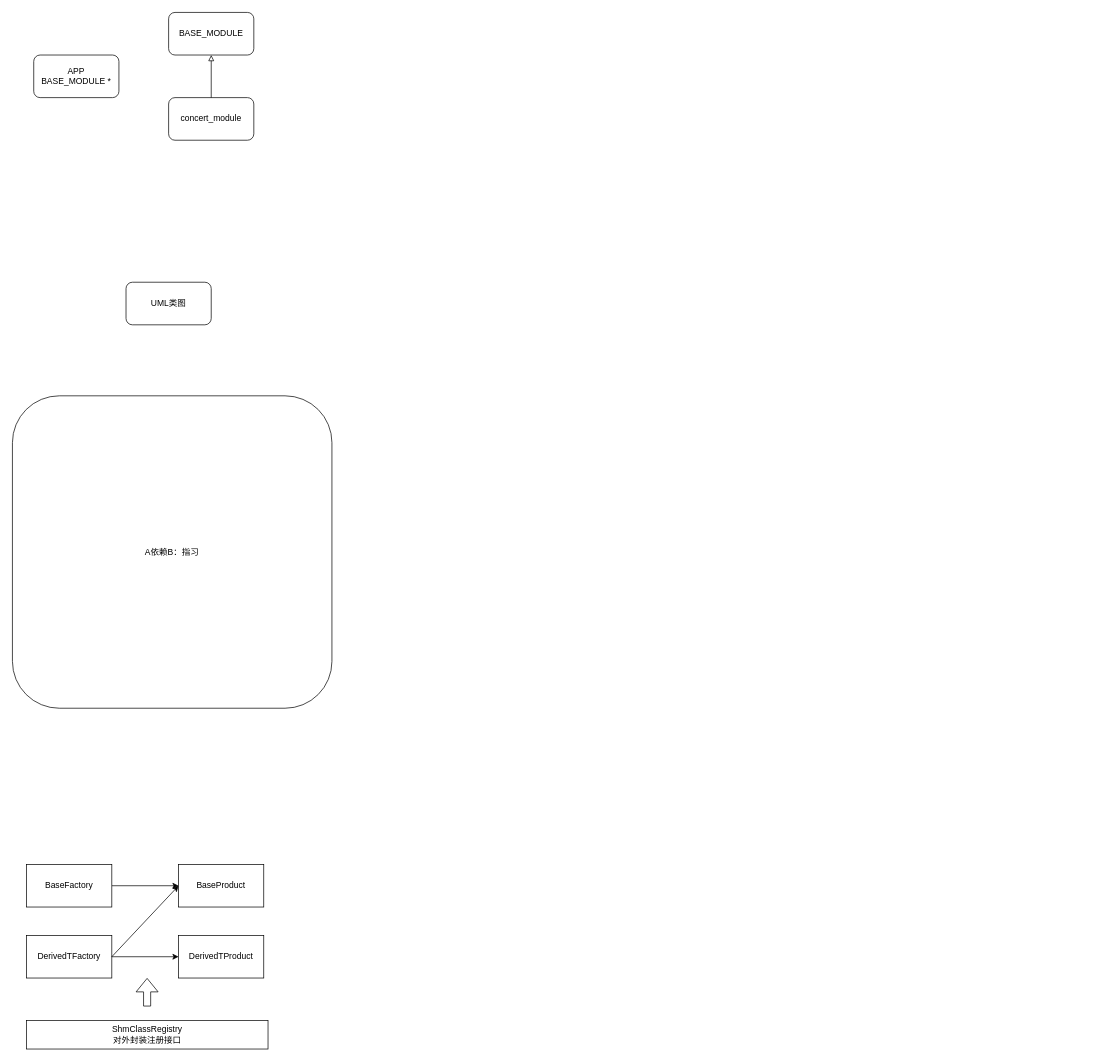
Earlier version of the draw.io diagram 设计模式.drawio (junpfeng/UE). Source tidied: cells renumbered, new cells numbered last; positions are measured from the earlier drawing's top-left corner, leaving out a move shared by most shapes. Both pictures are drawn from the tidied source at 71%, with x=0, y=0 at pixel (12, 12).
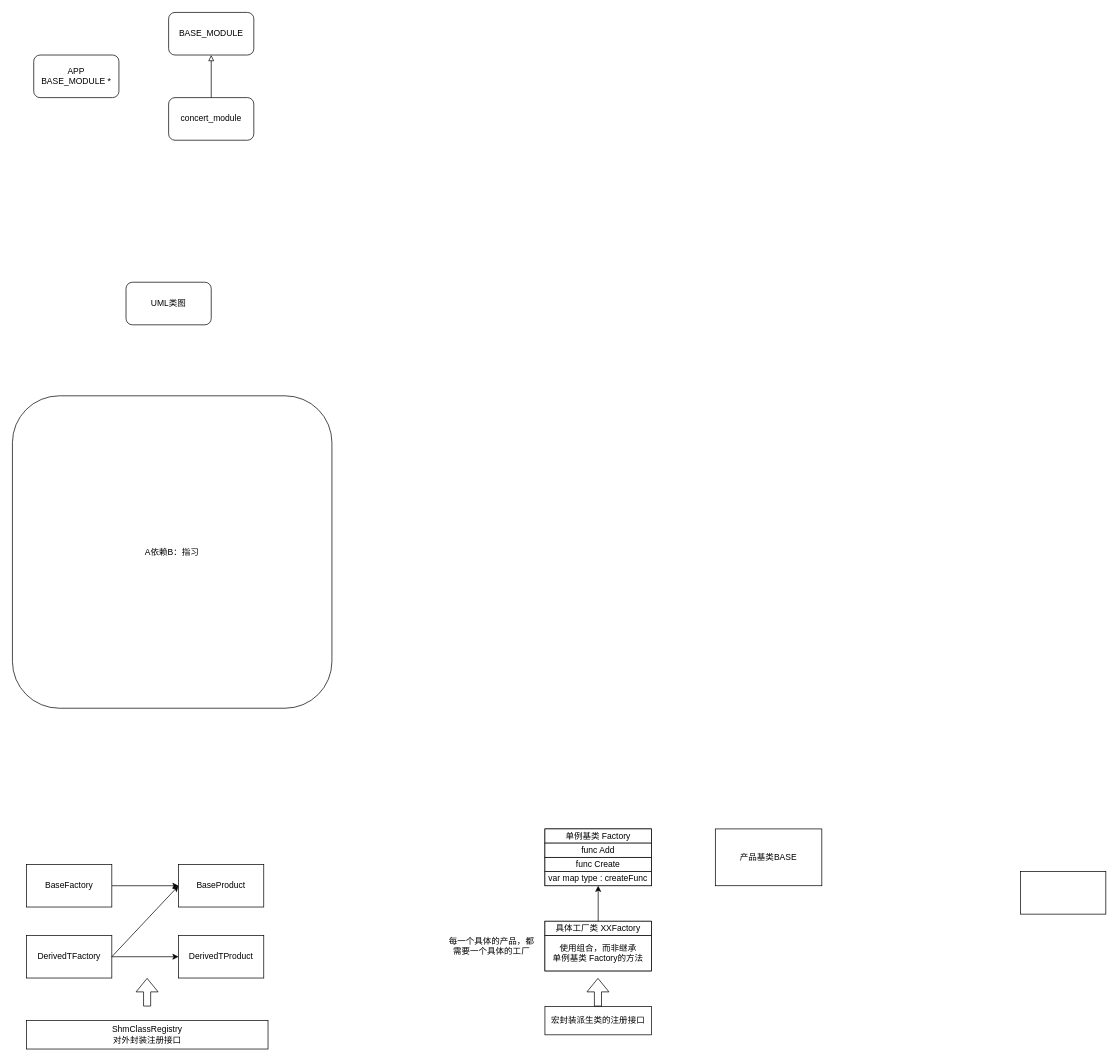
Above is the later version.

Commit message:
更新设计模式.drawio

What changed in the source:
```diff
@@
+    <mxCell id="17" value="&lt;div&gt;&lt;br&gt;&lt;/div&gt;" style="rounded=0;whiteSpace=wrap;html=1;" parent="1" vertex="1">
+      <mxGeometry x="750" y="1150" width="150" height="80" as="geometry" />
+    </mxCell>
+    <mxCell id="18" value="var map type : createFunc" style="rounded=0;whiteSpace=wrap;html=1;" parent="1" vertex="1">
+      <mxGeometry x="750" y="1210" width="150" height="20" as="geometry" />
+    </mxCell>
+    <mxCell id="19" value="func Create" style="rounded=0;whiteSpace=wrap;html=1;" parent="1" vertex="1">
+      <mxGeometry x="750" y="1190" width="150" height="20" as="geometry" />
+    </mxCell>
+    <mxCell id="20" value="单例基类 Factory" style="rounded=0;whiteSpace=wrap;html=1;" parent="1" vertex="1">
+      <mxGeometry x="750" y="1150" width="150" height="20" as="geometry" />
+    </mxCell>
+    <mxCell id="21" value="func Add" style="rounded=0;whiteSpace=wrap;html=1;" parent="1" vertex="1">
+      <mxGeometry x="750" y="1170" width="150" height="20" as="geometry" />
+    </mxCell>
+    <mxCell id="22" value="&lt;div&gt;&lt;br&gt;&lt;/div&gt;" style="rounded=0;whiteSpace=wrap;html=1;" parent="1" vertex="1">
+      <mxGeometry x="750" y="1280" width="150" height="70" as="geometry" />
+    </mxCell>
+    <mxCell id="23" value="使用组合，而非继承&lt;div&gt;单例基类 Factory的方法&lt;/div&gt;" style="rounded=0;whiteSpace=wrap;html=1;" parent="1" vertex="1">
+      <mxGeometry x="750" y="1300" width="150" height="50" as="geometry" />
+    </mxCell>
+    <mxCell id="24" style="edgeStyle=orthogonalEdgeStyle;rounded=0;jettySize=auto;html=1;entryX=0.5;entryY=1;entryDx=0;entryDy=0;" parent="1" edge="1" source="25" target="18">
+      <mxGeometry relative="1" as="geometry" />
+    </mxCell>
+    <mxCell id="25" value="具体工厂类 XXFactory" style="rounded=0;whiteSpace=wrap;html=1;" parent="1" vertex="1">
+      <mxGeometry x="750" y="1280" width="150" height="20" as="geometry" />
+    </mxCell>
+    <mxCell id="26" value="宏封装派生类的注册接口" style="rounded=0;whiteSpace=wrap;html=1;" parent="1" vertex="1">
+      <mxGeometry x="750" y="1400" width="150" height="40" as="geometry" />
+    </mxCell>
+    <mxCell id="27" style="shape=flexArrow;endArrow=classic;html=1;rounded=0;" parent="1" edge="1">
+      <mxGeometry relative="1" as="geometry">
+        <mxPoint x="824.7" y="1400" as="sourcePoint" />
+        <mxPoint x="824.7" y="1360" as="targetPoint" />
+      </mxGeometry>
+    </mxCell>
+    <mxCell id="28" style="rounded=0;whiteSpace=wrap;html=1;" parent="1" vertex="1">
+      <mxGeometry x="1420" y="1210" width="120" height="60" as="geometry" />
+    </mxCell>
+    <mxCell id="29" value="产品基类BASE" style="rounded=0;whiteSpace=wrap;html=1;" parent="1" vertex="1">
+      <mxGeometry x="990" y="1150" width="150" height="80" as="geometry" />
+    </mxCell>
+    <mxCell id="30" value="每一个具体的产品，都需要一个具体的工厂" style="text;html=1;align=center;verticalAlign=middle;whiteSpace=wrap;rounded=0;" parent="1" vertex="1">
+      <mxGeometry x="610" y="1290" width="130" height="50" as="geometry" />
+    </mxCell>
```
